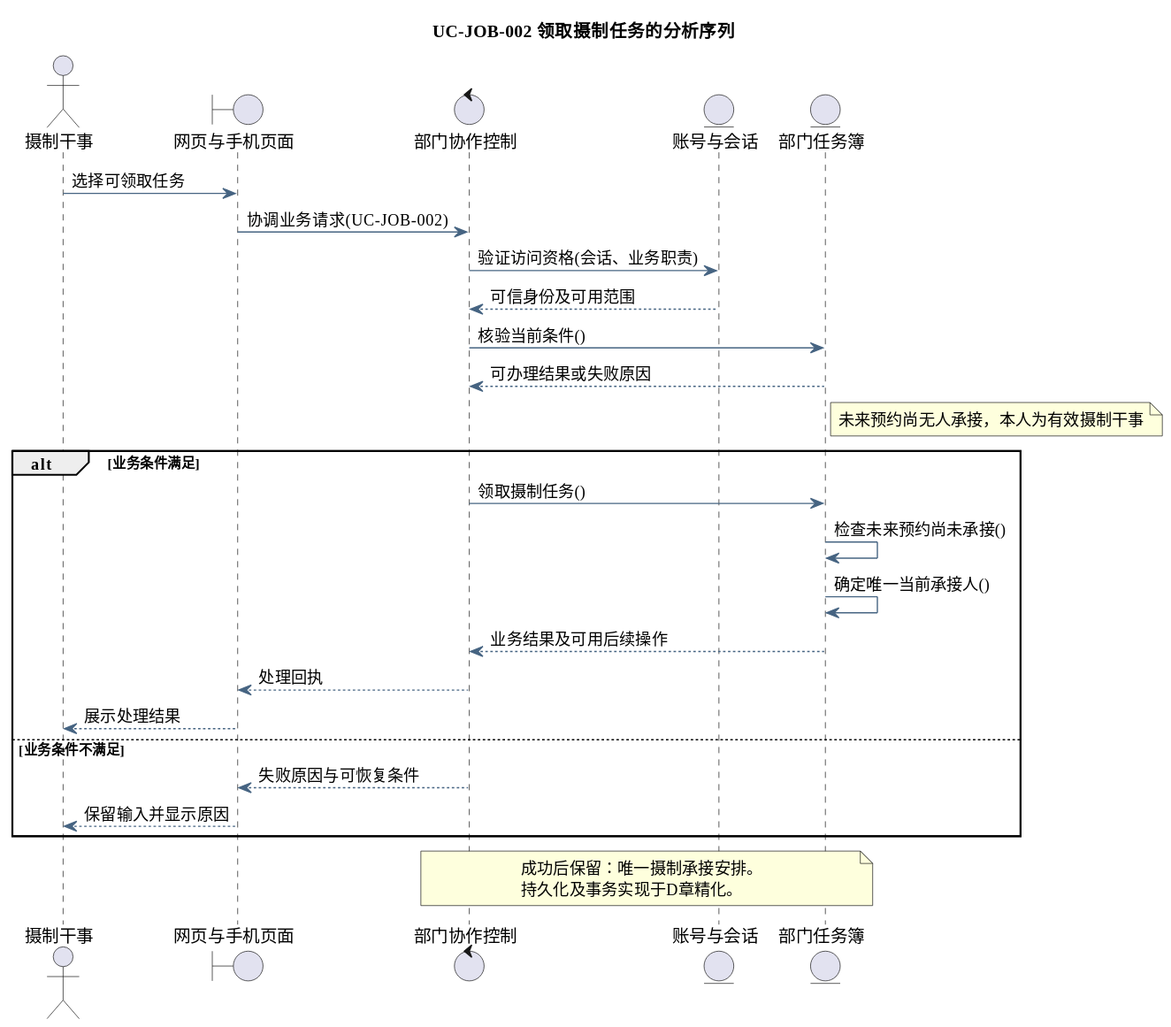
The PlantUML diagram docs/diagrams/analysis/seq-uc-job-002.svg in tccc1csu/miniprogram-csu, before a commit.
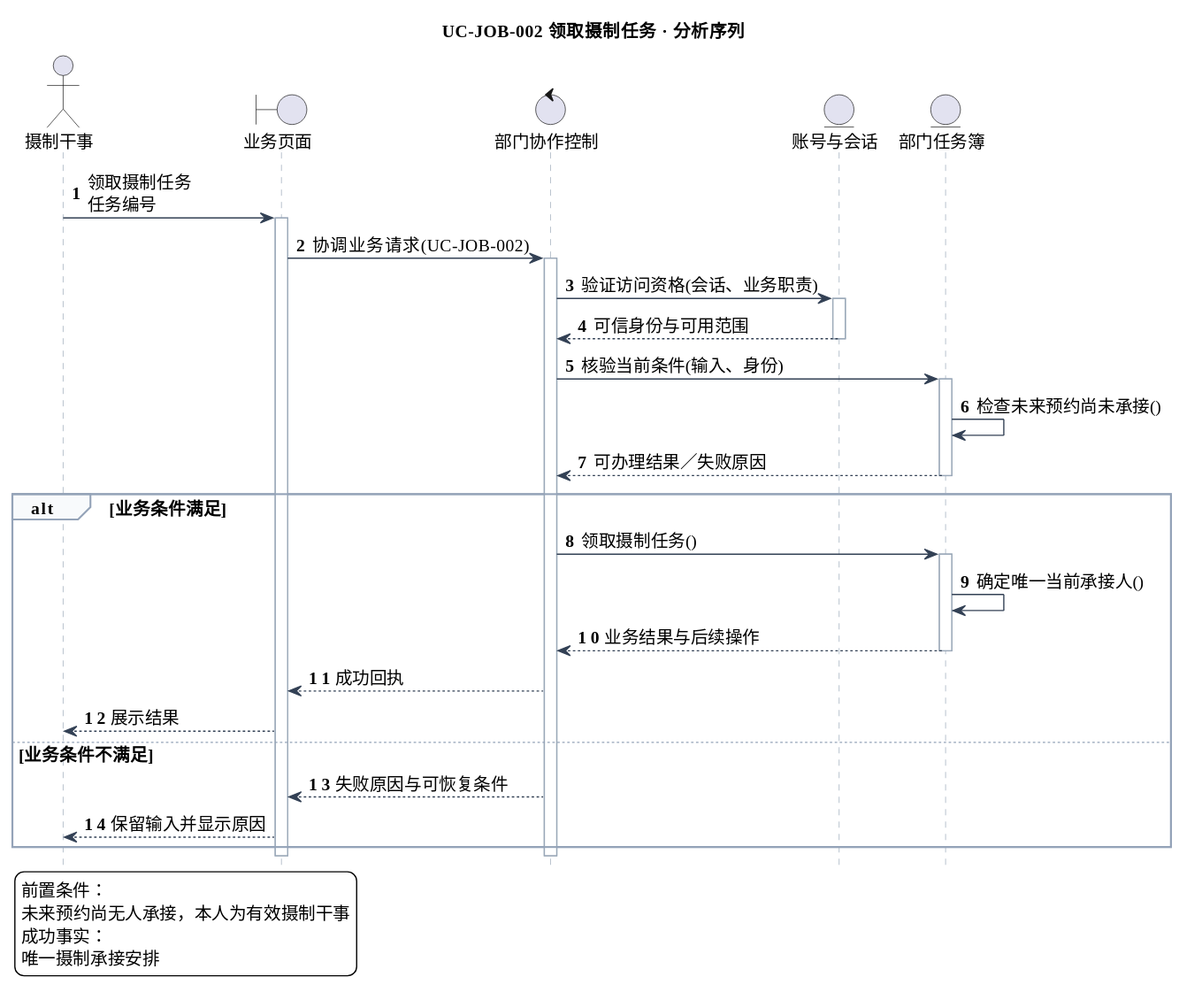
After the change.

Diff of the diagram source:
```diff
@@ -5,34 +5,52 @@
 skinparam ArrowColor #466482
 skinparam classAttributeIconSize 0
 hide empty members
-title UC-JOB-002 领取摄制任务的分析序列
+skinparam defaultFontSize 14
+skinparam sequenceLifeLineBorderColor #9AA8B8
+skinparam sequenceArrowColor #334155
+skinparam sequenceGroupBorderColor #94A3B8
+skinparam sequenceGroupBackgroundColor #F8FAFC
+skinparam sequenceParticipantPadding 18
+skinparam maxMessageSize 240
+hide footbox
+autonumber
+title UC-JOB-002 领取摄制任务 · 分析序列
 actor "摄制干事" as actor
-boundary "网页与手机页面" as page
+boundary "业务页面" as page
 control "部门协作控制" as ctl
 entity "账号与会话" as identity
 entity "部门任务簿" as model
-actor -> page : 选择可领取任务
+actor -> page : 领取摄制任务\n任务编号
+activate page
 page -> ctl : 协调业务请求(UC-JOB-002)
+activate ctl
 ctl -> identity : 验证访问资格(会话、业务职责)
-identity --> ctl : 可信身份及可用范围
-ctl -> model : 核验当前条件()
-model --> ctl : 可办理结果或失败原因
-note right of model
-未来预约尚无人承接，本人为有效摄制干事
-end note
+activate identity
+identity --> ctl : 可信身份与可用范围
+deactivate identity
+ctl -> model : 核验当前条件(输入、身份)
+activate model
+model -> model : 检查未来预约尚未承接()
+model --> ctl : 可办理结果／失败原因
+deactivate model
 alt 业务条件满足
 ctl -> model : 领取摄制任务()
-model -> model : 检查未来预约尚未承接()
+activate model
 model -> model : 确定唯一当前承接人()
-model --> ctl : 业务结果及可用后续操作
-ctl --> page : 处理回执
-page --> actor : 展示处理结果
+model --> ctl : 业务结果与后续操作
+deactivate model
+ctl --> page : 成功回执
+page --> actor : 展示结果
 else 业务条件不满足
 ctl --> page : 失败原因与可恢复条件
 page --> actor : 保留输入并显示原因
 end
-note over ctl,model
-成功后保留：唯一摄制承接安排。
-持久化及事务实现于D章精化。
-end note
+deactivate ctl
+deactivate page
+legend bottom left
+前置条件：
+未来预约尚无人承接，本人为有效摄制干事
+成功事实：
+唯一摄制承接安排
+endlegend
 @enduml
```
